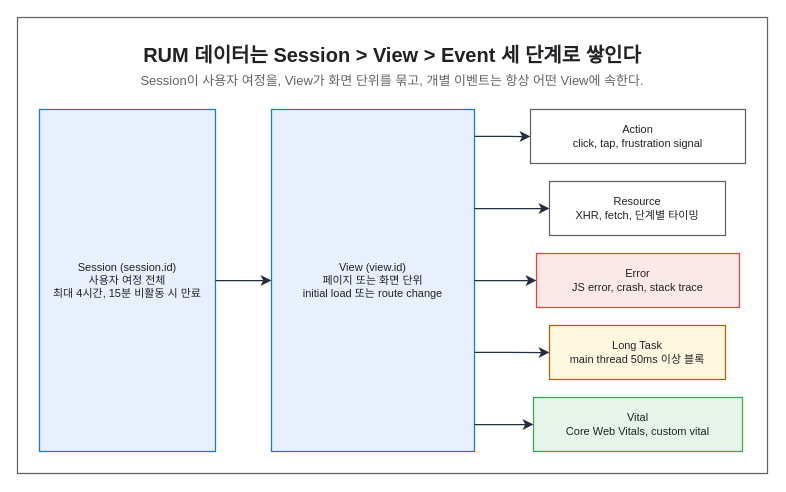
This is assets/img/observability/datadog-rum-01-data-model.drawio from KKamJi98/kkamji98.github.io, a draw.io file, before an edit. Source tidied: cells renumbered, new cells numbered last; positions are measured from the earlier drawing's top-left corner, leaving out a move shared by most shapes. Both pictures are drawn from the tidied source at 100%, with x=0, y=0 at pixel (17, 17).
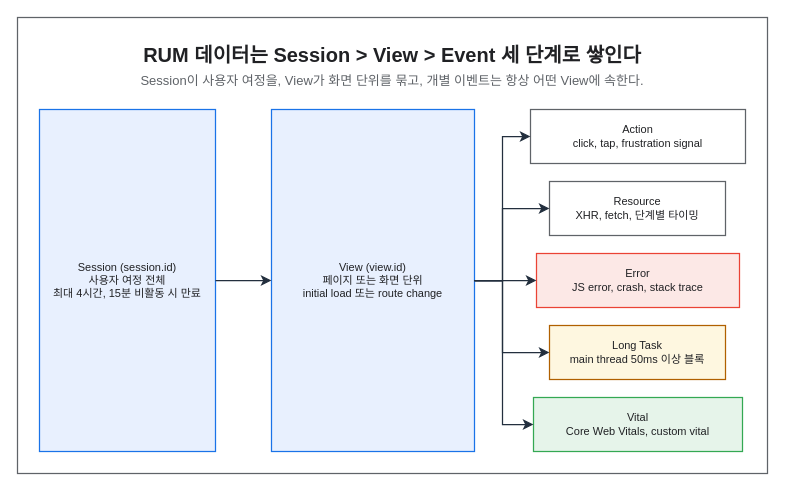
After the change.

Unchanged cells that the change refers to:
```xml
<mxCell id="6" value="View (view.id)&#10;페이지 또는 화면 단위&#10;initial load 또는 route change" style="rounded=0;whiteSpace=wrap;html=0;fillColor=#E8F0FE;strokeColor=#1A73E8;fontColor=#202124;fontSize=11;fontStyle=0;align=center;verticalAlign=middle;spacingLeft=6;spacingRight=6;strokeWidth=1.25;" parent="1" vertex="1">
  <mxGeometry x="254" y="92" width="203" height="342" as="geometry" />
</mxCell>
<mxCell id="7" value="Action&#10;click, tap, frustration signal" style="rounded=0;whiteSpace=wrap;html=0;fillColor=#FFFFFF;strokeColor=#5F6368;fontColor=#202124;fontSize=11;fontStyle=0;align=center;verticalAlign=middle;spacingLeft=6;spacingRight=6;strokeWidth=1.25;" parent="1" vertex="1">
  <mxGeometry x="513" y="92" width="215" height="54" as="geometry" />
</mxCell>
<mxCell id="8" value="Resource&#10;XHR, fetch, 단계별 타이밍" style="rounded=0;whiteSpace=wrap;html=0;fillColor=#FFFFFF;strokeColor=#5F6368;fontColor=#202124;fontSize=11;fontStyle=0;align=center;verticalAlign=middle;spacingLeft=6;spacingRight=6;strokeWidth=1.25;" parent="1" vertex="1">
  <mxGeometry x="532" y="164" width="176" height="54" as="geometry" />
</mxCell>
<mxCell id="10" value="Long Task&#10;main thread 50ms 이상 블록" style="rounded=0;whiteSpace=wrap;html=0;fillColor=#FEF7E0;strokeColor=#B06000;fontColor=#202124;fontSize=11;fontStyle=0;align=center;verticalAlign=middle;spacingLeft=6;spacingRight=6;strokeWidth=1.25;" parent="1" vertex="1">
  <mxGeometry x="532" y="308" width="176" height="54" as="geometry" />
</mxCell>
<mxCell id="11" value="Vital&#10;Core Web Vitals, custom vital" style="rounded=0;whiteSpace=wrap;html=0;fillColor=#E6F4EA;strokeColor=#34A853;fontColor=#202124;fontSize=11;fontStyle=0;align=center;verticalAlign=middle;spacingLeft=6;spacingRight=6;strokeWidth=1.25;" parent="1" vertex="1">
  <mxGeometry x="516" y="380" width="209" height="54" as="geometry" />
</mxCell>
```

Diff of the diagram source:
```diff
@@
-    <mxCell id="13" style="edgeStyle=orthogonalEdgeStyle;rounded=0;html=0;strokeColor=#232F3E;strokeWidth=1.25;endArrow=classic;endFill=1;endSize=7;fontSize=11;fontColor=#202124;labelBackgroundColor=none;jettySize=14;exitX=1;exitY=0.0789;entryX=0;entryY=0.5;exitDx=0;exitDy=0;entryDx=0;entryDy=0;" parent="1" edge="1" source="6" target="7">
-      <mxGeometry relative="1" as="geometry" />
+    <mxCell id="13" style="edgeStyle=orthogonalEdgeStyle;rounded=0;html=0;strokeColor=#232F3E;strokeWidth=1.25;endArrow=classic;endFill=1;endSize=7;fontSize=11;fontColor=#202124;labelBackgroundColor=none;jettySize=14;exitX=1;exitY=0.5;entryX=0;entryY=0.5;exitDx=0;exitDy=0;entryDx=0;entryDy=0;" parent="1" edge="1" source="6" target="7">
+      <mxGeometry relative="1" as="geometry">
+        <Array as="points">
+          <mxPoint x="485" y="263" />
+          <mxPoint x="485" y="119" />
+        </Array>
+      </mxGeometry>
     </mxCell>
-    <mxCell id="14" style="edgeStyle=orthogonalEdgeStyle;rounded=0;html=0;strokeColor=#232F3E;strokeWidth=1.25;endArrow=classic;endFill=1;endSize=7;fontSize=11;fontColor=#202124;labelBackgroundColor=none;jettySize=14;exitX=1;exitY=0.2895;entryX=0;entryY=0.5;exitDx=0;exitDy=0;entryDx=0;entryDy=0;" parent="1" edge="1" source="6" target="8">
-      <mxGeometry relative="1" as="geometry" />
+    <mxCell id="14" style="edgeStyle=orthogonalEdgeStyle;rounded=0;html=0;strokeColor=#232F3E;strokeWidth=1.25;endArrow=classic;endFill=1;endSize=7;fontSize=11;fontColor=#202124;labelBackgroundColor=none;jettySize=14;exitX=1;exitY=0.5;entryX=0;entryY=0.5;exitDx=0;exitDy=0;entryDx=0;entryDy=0;" parent="1" edge="1" source="6" target="8">
+      <mxGeometry relative="1" as="geometry">
+        <Array as="points">
+          <mxPoint x="485" y="263" />
+          <mxPoint x="485" y="191" />
+        </Array>
+      </mxGeometry>
     </mxCell>
@@
-    <mxCell id="16" style="edgeStyle=orthogonalEdgeStyle;rounded=0;html=0;strokeColor=#232F3E;strokeWidth=1.25;endArrow=classic;endFill=1;endSize=7;fontSize=11;fontColor=#202124;labelBackgroundColor=none;jettySize=14;exitX=1;exitY=0.7105;entryX=0;entryY=0.5;exitDx=0;exitDy=0;entryDx=0;entryDy=0;" parent="1" edge="1" source="6" target="10">
-      <mxGeometry relative="1" as="geometry" />
+    <mxCell id="16" style="edgeStyle=orthogonalEdgeStyle;rounded=0;html=0;strokeColor=#232F3E;strokeWidth=1.25;endArrow=classic;endFill=1;endSize=7;fontSize=11;fontColor=#202124;labelBackgroundColor=none;jettySize=14;exitX=1;exitY=0.5;entryX=0;entryY=0.5;exitDx=0;exitDy=0;entryDx=0;entryDy=0;" parent="1" edge="1" source="6" target="10">
+      <mxGeometry relative="1" as="geometry">
+        <Array as="points">
+          <mxPoint x="485" y="263" />
+          <mxPoint x="485" y="335" />
+        </Array>
+      </mxGeometry>
     </mxCell>
-    <mxCell id="17" style="edgeStyle=orthogonalEdgeStyle;rounded=0;html=0;strokeColor=#232F3E;strokeWidth=1.25;endArrow=classic;endFill=1;endSize=7;fontSize=11;fontColor=#202124;labelBackgroundColor=none;jettySize=14;exitX=1;exitY=0.9211;entryX=0;entryY=0.5;exitDx=0;exitDy=0;entryDx=0;entryDy=0;" parent="1" edge="1" source="6" target="11">
-      <mxGeometry relative="1" as="geometry" />
+    <mxCell id="17" style="edgeStyle=orthogonalEdgeStyle;rounded=0;html=0;strokeColor=#232F3E;strokeWidth=1.25;endArrow=classic;endFill=1;endSize=7;fontSize=11;fontColor=#202124;labelBackgroundColor=none;jettySize=14;exitX=1;exitY=0.5;entryX=0;entryY=0.5;exitDx=0;exitDy=0;entryDx=0;entryDy=0;" parent="1" edge="1" source="6" target="11">
+      <mxGeometry relative="1" as="geometry">
+        <Array as="points">
+          <mxPoint x="485" y="263" />
+          <mxPoint x="485" y="407" />
+        </Array>
+      </mxGeometry>
     </mxCell>
```
